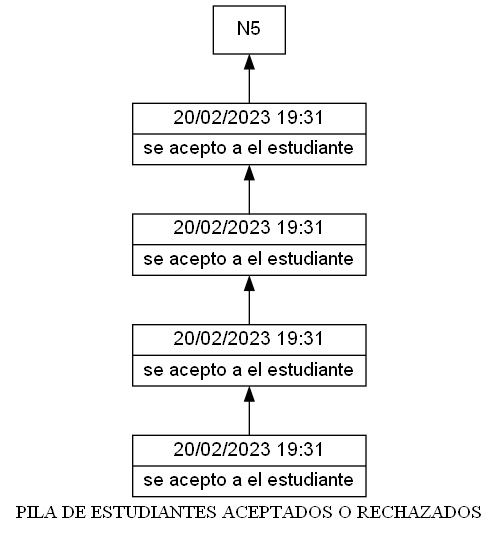
Above: EDD_Proyecto1_Fase1/pila.png in Nahomi-Aparicio/EDD_1S2023_PY_202113293_F1 (Graphviz), before the change. Its source is kept beside it as EDD_Proyecto1_Fase1/pila.dot.
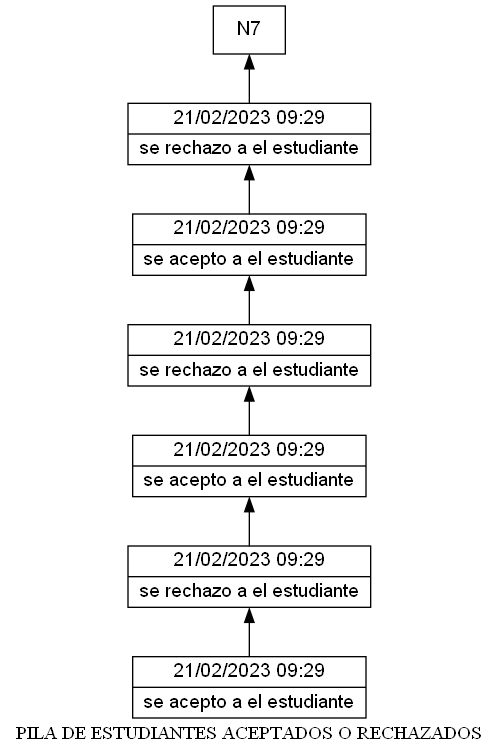
After the change.

The edit, as a diff of the source:
```diff
@@ -3,12 +3,16 @@
 node [shape=box];
 node [shape=record fontname=Arial]
 label = "PILA DE ESTUDIANTES ACEPTADOS O RECHAZADOS";
-N-1659074[label="{20/02/2023      19:41     |se acepto a el estudiante}"];
+N6[label="{21/02/2023      09:29     |se rechazo a el estudiante}"];
 N1->N2;
-N-1659075[label="{20/02/2023      19:41     |se acepto a el estudiante}"];
+N5[label="{21/02/2023      09:29     |se acepto a el estudiante}"];
 N2->N3;
-N-1659076[label="{20/02/2023      19:41     |se acepto a el estudiante}"];
+N4[label="{21/02/2023      09:29     |se rechazo a el estudiante}"];
 N3->N4;
-N-1659077[label="{20/02/2023      19:40     |se acepto a el estudiante}"];
+N3[label="{21/02/2023      09:29     |se acepto a el estudiante}"];
 N4->N5;
+N2[label="{21/02/2023      09:29     |se rechazo a el estudiante}"];
+N5->N6;
+N1[label="{21/02/2023      09:29     |se acepto a el estudiante}"];
+N6->N7;
 }
```
